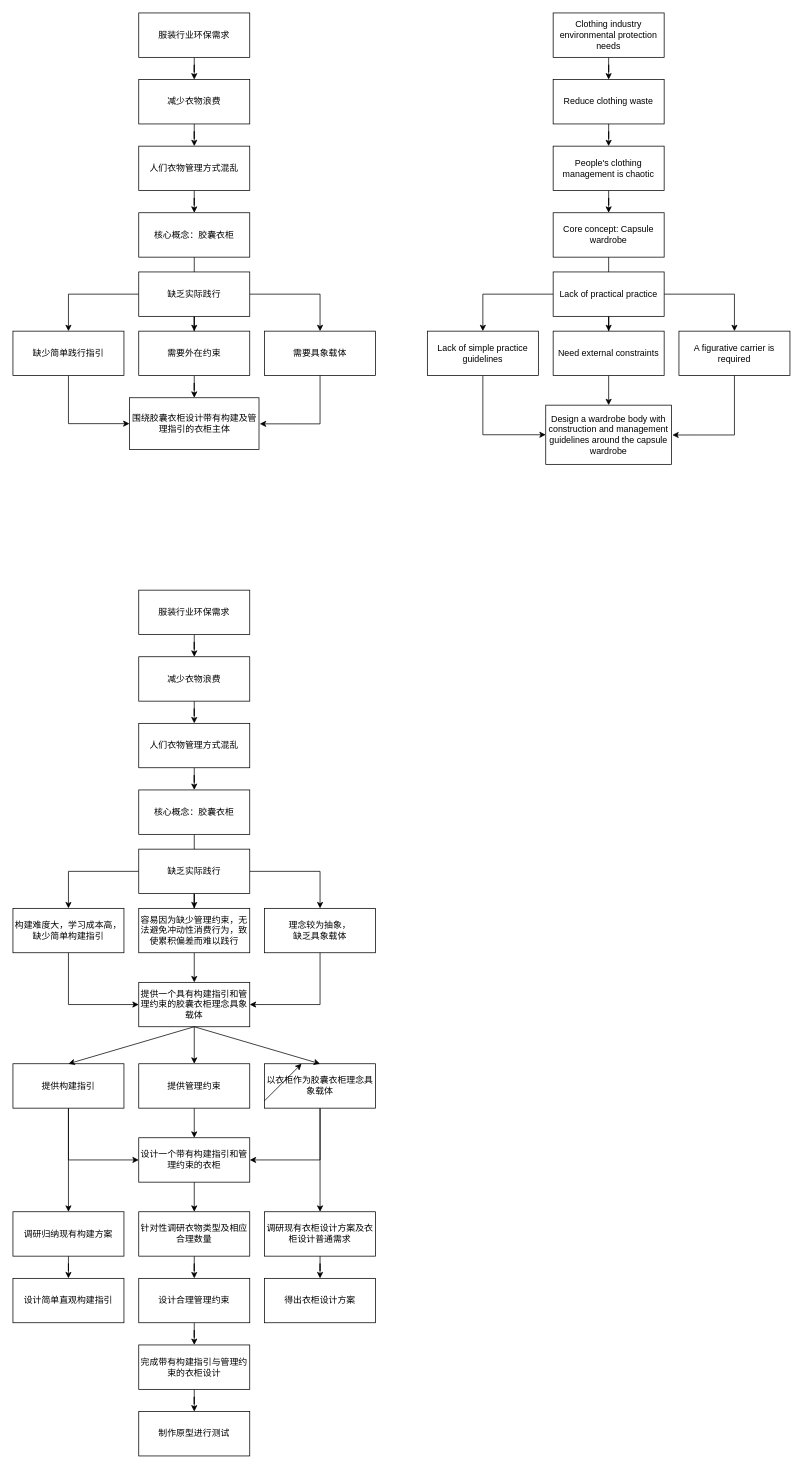
x1528045870/x1528045870 keeps this draw.io diagram as wardrobe capsule.drawio. Above is the earlier version. Source tidied: cells renumbered, new cells numbered last; positions are measured from the earlier drawing's top-left corner, leaving out a move shared by most shapes. Both pictures are drawn from the tidied source at 74%, with x=0, y=0 at pixel (13, 13).
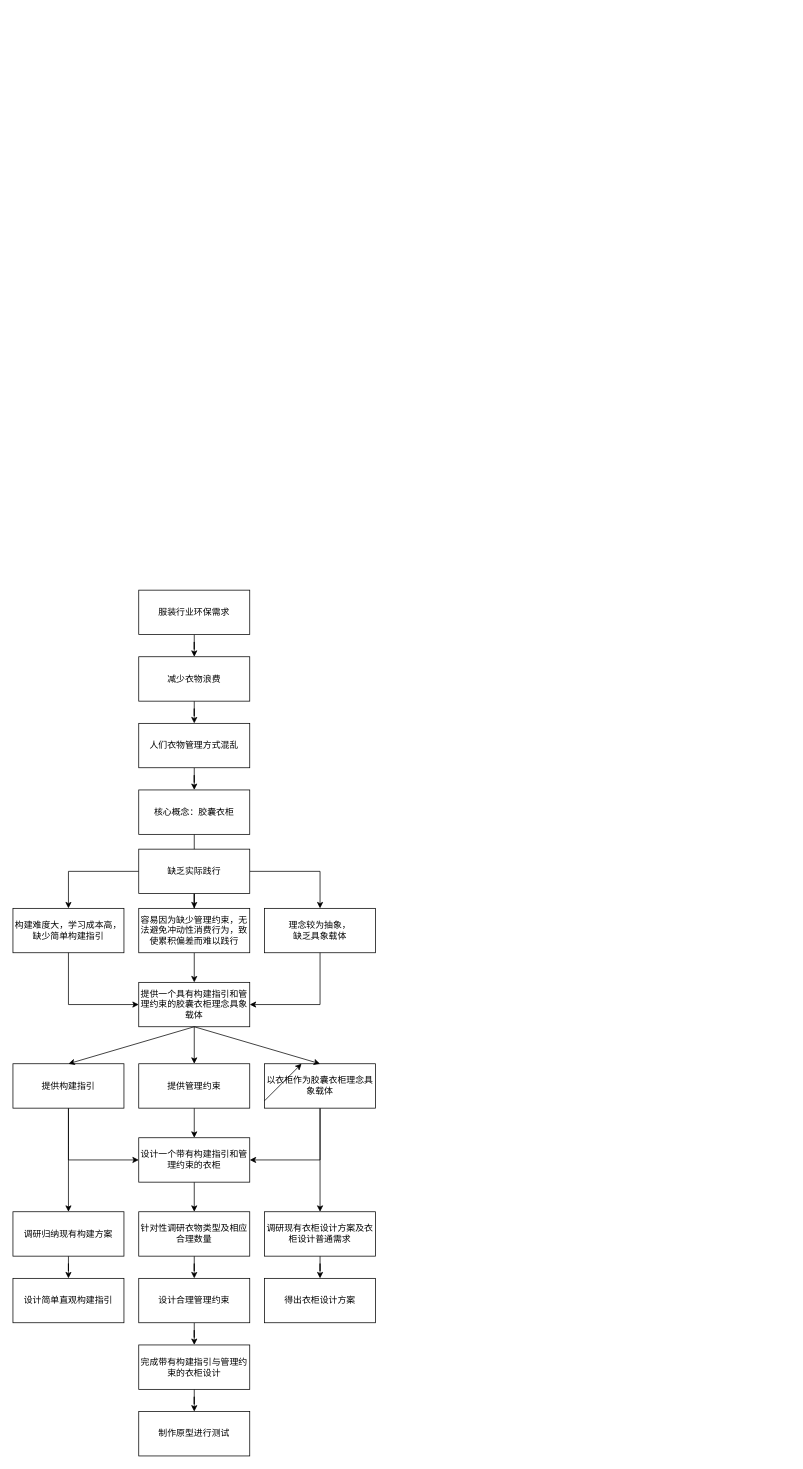
The same diagram, later.

The edit, as a diff of the source:
```diff
@@
-    <mxCell id="2" style="edgeStyle=orthogonalEdgeStyle;rounded=0;jettySize=auto;html=1;" parent="1" edge="1" source="3">
-      <mxGeometry relative="1" as="geometry">
-        <mxPoint x="245" y="410" as="targetPoint" />
-      </mxGeometry>
-    </mxCell>
-    <mxCell id="3" value="核心概念：胶囊衣柜" style="rounded=0;whiteSpace=wrap;html=1;" parent="1" vertex="1">
-      <mxGeometry x="170" y="270" width="150" height="60" as="geometry" />
-    </mxCell>
-    <mxCell id="4" style="edgeStyle=orthogonalEdgeStyle;rounded=0;jettySize=auto;html=1;" parent="1" edge="1" source="5" target="7">
-      <mxGeometry relative="1" as="geometry" />
-    </mxCell>
-    <mxCell id="5" value="服装行业环保需求" style="rounded=0;whiteSpace=wrap;html=1;" parent="1" vertex="1">
-      <mxGeometry x="170" width="150" height="60" as="geometry" />
-    </mxCell>
-    <mxCell id="6" style="edgeStyle=orthogonalEdgeStyle;rounded=0;jettySize=auto;html=1;" parent="1" edge="1" source="7" target="9">
-      <mxGeometry relative="1" as="geometry" />
-    </mxCell>
-    <mxCell id="7" value="减少衣物浪费" style="rounded=0;whiteSpace=wrap;html=1;" parent="1" vertex="1">
-      <mxGeometry x="170" y="90" width="150" height="60" as="geometry" />
-    </mxCell>
-    <mxCell id="8" style="edgeStyle=orthogonalEdgeStyle;rounded=0;jettySize=auto;html=1;" parent="1" edge="1" source="9" target="3">
-      <mxGeometry relative="1" as="geometry" />
-    </mxCell>
-    <mxCell id="9" value="人们衣物管理方式混乱" style="rounded=0;whiteSpace=wrap;html=1;" parent="1" vertex="1">
-      <mxGeometry x="170" y="180" width="150" height="60" as="geometry" />
-    </mxCell>
-    <mxCell id="10" style="edgeStyle=orthogonalEdgeStyle;rounded=0;jettySize=auto;html=1;" parent="1" edge="1" source="13" target="16">
-      <mxGeometry relative="1" as="geometry" />
-    </mxCell>
-    <mxCell id="11" style="edgeStyle=orthogonalEdgeStyle;rounded=0;jettySize=auto;html=1;" parent="1" edge="1" source="13" target="15">
-      <mxGeometry relative="1" as="geometry" />
-    </mxCell>
-    <mxCell id="12" style="edgeStyle=orthogonalEdgeStyle;rounded=0;jettySize=auto;html=1;" parent="1" edge="1" source="13" target="18">
-      <mxGeometry relative="1" as="geometry" />
-    </mxCell>
-    <mxCell id="13" value="缺乏实际践行" style="rounded=0;whiteSpace=wrap;html=1;" parent="1" vertex="1">
-      <mxGeometry x="170" y="350" width="150" height="60" as="geometry" />
-    </mxCell>
-    <mxCell id="14" style="edgeStyle=orthogonalEdgeStyle;rounded=0;jettySize=auto;html=1;entryX=0;entryY=0.5;entryDx=0;entryDy=0;exitX=0.5;exitY=1;exitDx=0;exitDy=0;" parent="1" edge="1" source="15" target="19">
-      <mxGeometry relative="1" as="geometry" />
-    </mxCell>
-    <mxCell id="15" value="缺少简单践行指引" style="rounded=0;whiteSpace=wrap;html=1;" parent="1" vertex="1">
-      <mxGeometry y="430" width="150" height="60" as="geometry" />
-    </mxCell>
-    <mxCell id="16" value="需要具象载体" style="rounded=0;whiteSpace=wrap;html=1;" parent="1" vertex="1">
-      <mxGeometry x="340" y="430" width="150" height="60" as="geometry" />
-    </mxCell>
-    <mxCell id="17" style="edgeStyle=orthogonalEdgeStyle;rounded=0;jettySize=auto;html=1;" parent="1" edge="1" source="18" target="19">
-      <mxGeometry relative="1" as="geometry" />
-    </mxCell>
-    <mxCell id="18" value="需要外在约束" style="rounded=0;whiteSpace=wrap;html=1;" parent="1" vertex="1">
-      <mxGeometry x="170" y="430" width="150" height="60" as="geometry" />
-    </mxCell>
-    <mxCell id="19" value="围绕胶囊衣柜设计带有构建及管理指引的衣柜主体" style="rounded=0;whiteSpace=wrap;html=1;" parent="1" vertex="1">
-      <mxGeometry x="157.5" y="520" width="175" height="70" as="geometry" />
-    </mxCell>
-    <mxCell id="20" style="edgeStyle=orthogonalEdgeStyle;rounded=0;jettySize=auto;html=1;entryX=1.006;entryY=0.504;entryDx=0;entryDy=0;entryPerimeter=0;exitX=0.5;exitY=1;exitDx=0;exitDy=0;" parent="1" edge="1" source="16" target="19">
-      <mxGeometry relative="1" as="geometry">
-        <Array as="points">
-          <mxPoint x="415" y="555" />
-        </Array>
-      </mxGeometry>
-    </mxCell>
-    <mxCell id="21" style="edgeStyle=orthogonalEdgeStyle;rounded=0;jettySize=auto;html=1;" parent="1" edge="1" source="22">
-      <mxGeometry relative="1" as="geometry">
-        <mxPoint x="805" y="410" as="targetPoint" />
-      </mxGeometry>
-    </mxCell>
-    <mxCell id="22" value="Core concept: Capsule wardrobe" style="rounded=0;whiteSpace=wrap;html=1;" parent="1" vertex="1">
-      <mxGeometry x="730" y="270" width="150" height="60" as="geometry" />
-    </mxCell>
-    <mxCell id="23" style="edgeStyle=orthogonalEdgeStyle;rounded=0;jettySize=auto;html=1;" parent="1" edge="1" source="24" target="26">
-      <mxGeometry relative="1" as="geometry" />
-    </mxCell>
-    <mxCell id="24" value="Clothing industry environmental protection needs" style="rounded=0;whiteSpace=wrap;html=1;" parent="1" vertex="1">
-      <mxGeometry x="730" width="150" height="60" as="geometry" />
-    </mxCell>
-    <mxCell id="25" style="edgeStyle=orthogonalEdgeStyle;rounded=0;jettySize=auto;html=1;" parent="1" edge="1" source="26" target="28">
-      <mxGeometry relative="1" as="geometry" />
-    </mxCell>
-    <mxCell id="26" value="Reduce clothing waste" style="rounded=0;whiteSpace=wrap;html=1;" parent="1" vertex="1">
-      <mxGeometry x="730" y="90" width="150" height="60" as="geometry" />
-    </mxCell>
-    <mxCell id="27" style="edgeStyle=orthogonalEdgeStyle;rounded=0;jettySize=auto;html=1;" parent="1" edge="1" source="28" target="22">
-      <mxGeometry relative="1" as="geometry" />
-    </mxCell>
-    <mxCell id="28" value="People's clothing management is chaotic" style="rounded=0;whiteSpace=wrap;html=1;" parent="1" vertex="1">
-      <mxGeometry x="730" y="180" width="150" height="60" as="geometry" />
-    </mxCell>
-    <mxCell id="29" style="edgeStyle=orthogonalEdgeStyle;rounded=0;jettySize=auto;html=1;" parent="1" edge="1" source="32" target="35">
-      <mxGeometry relative="1" as="geometry" />
-    </mxCell>
-    <mxCell id="30" style="edgeStyle=orthogonalEdgeStyle;rounded=0;jettySize=auto;html=1;" parent="1" edge="1" source="32" target="34">
-      <mxGeometry relative="1" as="geometry" />
-    </mxCell>
-    <mxCell id="31" style="edgeStyle=orthogonalEdgeStyle;rounded=0;jettySize=auto;html=1;" parent="1" edge="1" source="32" target="37">
-      <mxGeometry relative="1" as="geometry" />
-    </mxCell>
-    <mxCell id="32" value="Lack of practical practice" style="rounded=0;whiteSpace=wrap;html=1;" parent="1" vertex="1">
-      <mxGeometry x="730" y="350" width="150" height="60" as="geometry" />
-    </mxCell>
-    <mxCell id="33" style="edgeStyle=orthogonalEdgeStyle;rounded=0;jettySize=auto;html=1;entryX=0;entryY=0.5;entryDx=0;entryDy=0;exitX=0.5;exitY=1;exitDx=0;exitDy=0;" parent="1" edge="1" source="34" target="38">
-      <mxGeometry relative="1" as="geometry" />
-    </mxCell>
-    <mxCell id="34" value="Lack of simple practice guidelines" style="rounded=0;whiteSpace=wrap;html=1;" parent="1" vertex="1">
-      <mxGeometry x="560" y="430" width="150" height="60" as="geometry" />
-    </mxCell>
-    <mxCell id="35" value="A figurative carrier is required" style="rounded=0;whiteSpace=wrap;html=1;" parent="1" vertex="1">
-      <mxGeometry x="900" y="430" width="150" height="60" as="geometry" />
-    </mxCell>
-    <mxCell id="36" style="edgeStyle=orthogonalEdgeStyle;rounded=0;jettySize=auto;html=1;" parent="1" edge="1" source="37" target="38">
-      <mxGeometry relative="1" as="geometry" />
-    </mxCell>
-    <mxCell id="37" value="Need external constraints" style="rounded=0;whiteSpace=wrap;html=1;" parent="1" vertex="1">
-      <mxGeometry x="730" y="430" width="150" height="60" as="geometry" />
-    </mxCell>
-    <mxCell id="38" value="Design a wardrobe body with construction and management guidelines around the capsule wardrobe" style="rounded=0;whiteSpace=wrap;html=1;" parent="1" vertex="1">
-      <mxGeometry x="720" y="530" width="170" height="80" as="geometry" />
-    </mxCell>
-    <mxCell id="39" style="edgeStyle=orthogonalEdgeStyle;rounded=0;jettySize=auto;html=1;entryX=1.006;entryY=0.504;entryDx=0;entryDy=0;entryPerimeter=0;exitX=0.5;exitY=1;exitDx=0;exitDy=0;" parent="1" edge="1" source="35" target="38">
-      <mxGeometry relative="1" as="geometry" />
-    </mxCell>
```
